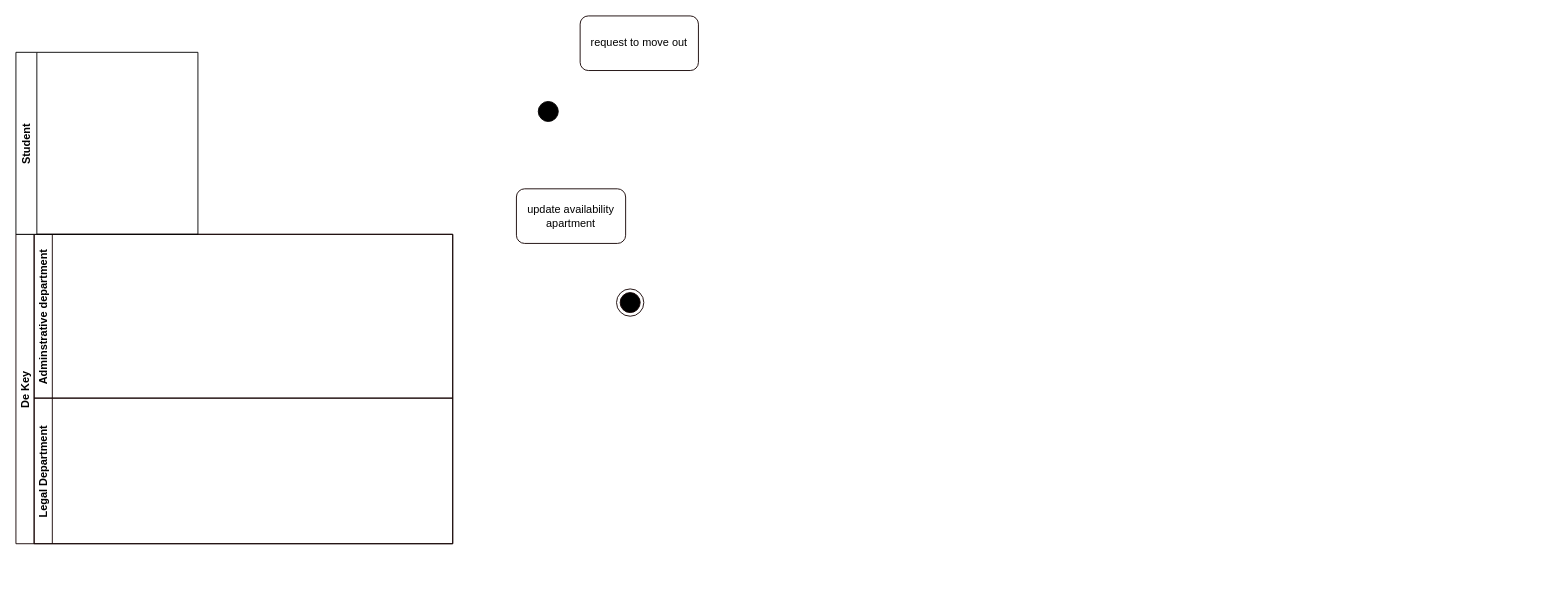
This is activity_diagram_de_key.drawio from Barager/IS-design, a draw.io file, before an edit. Source tidied: cells renumbered, new cells numbered last; positions are measured from the earlier drawing's top-left corner, leaving out a move shared by most shapes. Both pictures are drawn from the tidied source at 91%, with x=0, y=0 at pixel (15, 15).
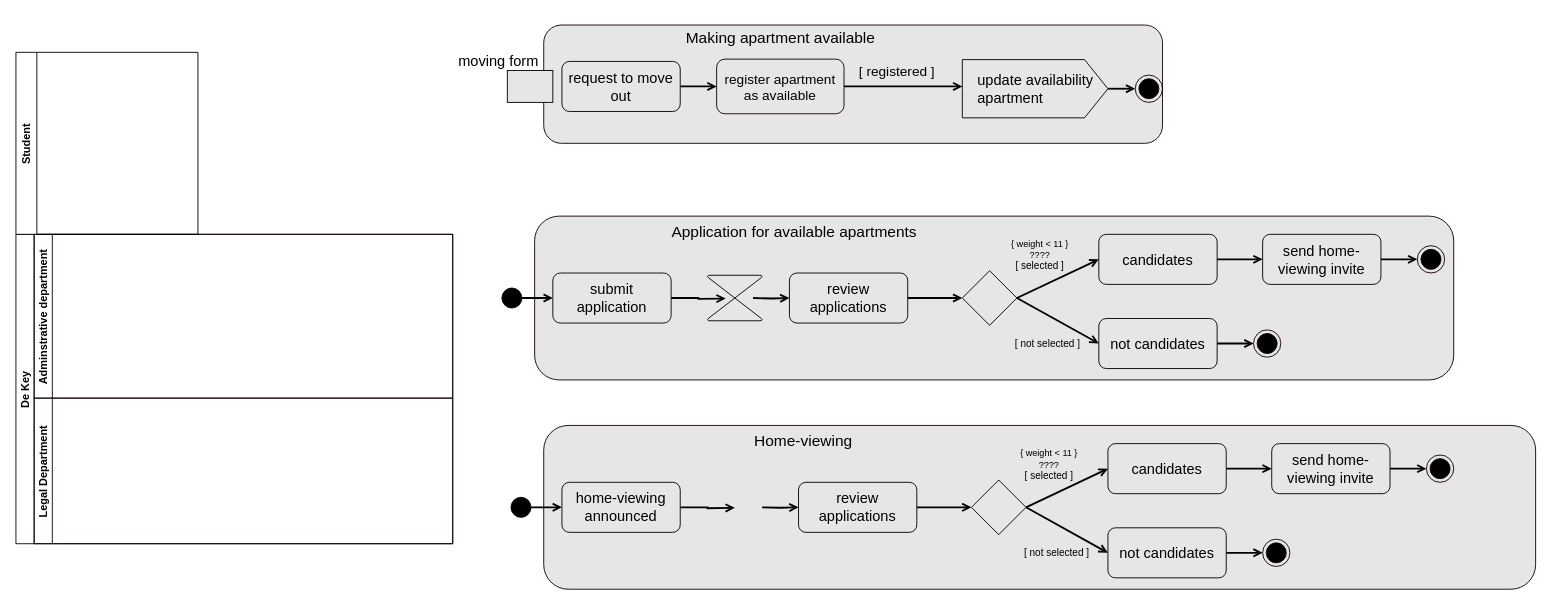
After the change.

Change to the diagram source:
```diff
@@
+    <mxCell id="10" style="rounded=1;whiteSpace=wrap;html=1;strokeColor=#120000;fillColor=#E6E6E6;gradientColor=none;labelBackgroundColor=#E6E6E6;" parent="1" vertex="1">
+      <mxGeometry x="570" y="220" width="1010" height="180" as="geometry" />
+    </mxCell>
+    <mxCell id="11" style="rounded=1;whiteSpace=wrap;html=1;strokeColor=#120000;fillColor=#E6E6E6;gradientColor=none;labelBackgroundColor=#E6E6E6;" parent="1" vertex="1">
+      <mxGeometry x="580" y="10" width="680" height="130" as="geometry" />
+    </mxCell>
+    <mxCell id="12" style="edgeStyle=none;rounded=0;jettySize=auto;html=1;entryX=0;entryY=0.5;entryDx=0;entryDy=0;fontSize=10;endArrow=open;endFill=0;strokeWidth=2;" parent="1" edge="1" target="22">
+      <mxGeometry relative="1" as="geometry">
+        <mxPoint x="550" y="310" as="sourcePoint" />
+      </mxGeometry>
+    </mxCell>
     <mxCell id="2" style="ellipse;html=1;shape=startState;fillColor=#000000;strokeColor=#030000;gradientColor=none;" parent="1" vertex="1">
-      <mxGeometry x="570" y="90" width="30" height="30" as="geometry" />
+      <mxGeometry x="530" y="295" width="30" height="30" as="geometry" />
     </mxCell>
     <mxCell id="3" style="ellipse;html=1;shape=endState;fillColor=#000000;strokeColor=#120000;" parent="1" vertex="1">
-      <mxGeometry x="660" y="300" width="30" height="30" as="geometry" />
+      <mxGeometry x="1230" y="65" width="30" height="30" as="geometry" />
     </mxCell>
-    <mxCell id="4" value="request to move out" style="rounded=1;whiteSpace=wrap;html=1;strokeColor=#120000;fillColor=none;gradientColor=none;" parent="1" vertex="1">
-      <mxGeometry x="620" width="130" height="60" as="geometry" />
-    </mxCell>
-    <mxCell id="5" value="update availability apartment" style="rounded=1;whiteSpace=wrap;html=1;strokeColor=#120000;fillColor=none;gradientColor=none;" parent="1" vertex="1">
-      <mxGeometry x="550" y="190" width="120" height="60" as="geometry" />
-    </mxCell>
@@
+    <mxCell id="13" style="edgeStyle=orthogonalEdgeStyle;rounded=0;jettySize=auto;html=1;exitX=1;exitY=0.5;exitDx=0;exitDy=0;entryX=0;entryY=0.5;entryDx=0;entryDy=0;fontSize=16;endArrow=open;endFill=0;strokeWidth=2;" parent="1" edge="1" source="14">
+      <mxGeometry relative="1" as="geometry">
+        <mxPoint x="1040" y="77.5" as="targetPoint" />
+      </mxGeometry>
+    </mxCell>
+    <mxCell id="14" value="&lt;font style=&quot;font-size: 15px&quot;&gt;register apartment &lt;br&gt;as available&lt;/font&gt;" style="rounded=1;whiteSpace=wrap;html=1;strokeColor=#120000;fillColor=none;gradientColor=none;" parent="1" vertex="1">
+      <mxGeometry x="770" y="47.5" width="140" height="60" as="geometry" />
+    </mxCell>
+    <mxCell id="15" value="Making apartment available" style="text;html=1;align=center;verticalAlign=middle;strokeColor=none;fillColor=none;fontSize=17;fontStyle=0;" parent="1" vertex="1">
+      <mxGeometry x="730" y="10" width="220" height="30" as="geometry" />
+    </mxCell>
+    <mxCell id="16" style="rounded=0;whiteSpace=wrap;html=1;labelBackgroundColor=#E6E6E6;fontSize=16;fillColor=#E6E6E6;" parent="1" vertex="1">
+      <mxGeometry x="540" y="60" width="50" height="35" as="geometry" />
+    </mxCell>
+    <mxCell id="17" style="edgeStyle=orthogonalEdgeStyle;rounded=0;jettySize=auto;html=1;exitX=1;exitY=0.5;exitDx=0;exitDy=0;fontSize=16;strokeWidth=2;endArrow=open;endFill=0;entryX=0;entryY=0.5;entryDx=0;entryDy=0;" parent="1" edge="1" source="4" target="14">
+      <mxGeometry relative="1" as="geometry" />
+    </mxCell>
+    <mxCell id="4" value="&lt;span style=&quot;color: rgb(0, 0, 0); font-family: helvetica; font-size: 16px; font-style: normal; font-weight: 400; letter-spacing: normal; text-align: center; text-indent: 0px; text-transform: none; word-spacing: 0px; display: inline; float: none;&quot;&gt;request to move out&lt;/span&gt;" style="rounded=1;whiteSpace=wrap;html=1;labelBackgroundColor=none;fontSize=16;fillColor=#E6E6E6;" parent="1" vertex="1">
+      <mxGeometry x="600" y="50" width="130" height="55" as="geometry" />
+    </mxCell>
+    <mxCell id="18" style="edgeStyle=orthogonalEdgeStyle;rounded=0;jettySize=auto;html=1;exitX=1;exitY=0.5;exitDx=0;exitDy=0;exitPerimeter=0;entryX=0;entryY=0.5;entryDx=0;entryDy=0;fontSize=16;endArrow=open;endFill=0;strokeWidth=2;" parent="1" edge="1" source="5" target="3">
+      <mxGeometry relative="1" as="geometry" />
+    </mxCell>
+    <mxCell id="5" value="&lt;span&gt;update availability&lt;br&gt;&lt;div style=&quot;text-align: left&quot;&gt;&lt;span&gt;apartment&lt;/span&gt;&lt;/div&gt;&lt;/span&gt;" style="html=1;shadow=0;dashed=0;align=center;verticalAlign=middle;shape=mxgraph.arrows2.arrow;dy=0;dx=25.76;notch=0;labelBackgroundColor=none;fontSize=16;fillColor=#E6E6E6;" parent="1" vertex="1">
+      <mxGeometry x="1040" y="48" width="160" height="64" as="geometry" />
+    </mxCell>
+    <mxCell id="19" value="moving form" style="text;html=1;align=center;verticalAlign=middle;strokeColor=none;fillColor=none;fontSize=16;" parent="1" vertex="1">
+      <mxGeometry x="480" y="40" width="100" height="20" as="geometry" />
+    </mxCell>
+    <mxCell id="20" value="[ registered ]&amp;nbsp;" style="text;html=1;align=center;verticalAlign=middle;strokeColor=none;fillColor=none;fontSize=15;" parent="1" vertex="1">
+      <mxGeometry x="920" y="50" width="100" height="20" as="geometry" />
+    </mxCell>
+    <mxCell id="21" style="edgeStyle=orthogonalEdgeStyle;rounded=0;jettySize=auto;html=1;exitX=1;exitY=0.5;exitDx=0;exitDy=0;fontSize=15;endArrow=open;endFill=0;strokeWidth=2;" parent="1" edge="1" source="22">
+      <mxGeometry relative="1" as="geometry">
+        <mxPoint x="780" y="310.5" as="targetPoint" />
+      </mxGeometry>
+    </mxCell>
+    <mxCell id="22" value="&lt;span style=&quot;color: rgb(0 , 0 , 0) ; font-family: &amp;#34;helvetica&amp;#34; ; font-size: 16px ; font-style: normal ; font-weight: 400 ; letter-spacing: normal ; text-align: center ; text-indent: 0px ; text-transform: none ; word-spacing: 0px ; display: inline ; float: none&quot;&gt;submit application&lt;/span&gt;" style="rounded=1;whiteSpace=wrap;html=1;labelBackgroundColor=none;fontSize=16;fillColor=#E6E6E6;" parent="1" vertex="1">
+      <mxGeometry x="590" y="282.5" width="130" height="55" as="geometry" />
+    </mxCell>
+    <mxCell id="23" style="edgeStyle=orthogonalEdgeStyle;rounded=0;jettySize=auto;html=1;fontSize=15;endArrow=open;endFill=0;strokeWidth=2;entryX=0;entryY=0.5;entryDx=0;entryDy=0;" parent="1" edge="1" target="28">
+      <mxGeometry relative="1" as="geometry">
+        <mxPoint x="810" y="310" as="sourcePoint" />
+      </mxGeometry>
+    </mxCell>
+    <mxCell id="24" style="verticalLabelPosition=bottom;verticalAlign=top;html=1;shape=mxgraph.flowchart.collate;labelBackgroundColor=none;fontSize=15;fillColor=#E6E6E6;" parent="1" vertex="1">
+      <mxGeometry x="760" y="285" width="60" height="50" as="geometry" />
+    </mxCell>
+    <mxCell id="25" style="rounded=0;jettySize=auto;html=1;exitX=1;exitY=0.5;exitDx=0;exitDy=0;entryX=0;entryY=0.5;entryDx=0;entryDy=0;fontSize=15;endArrow=open;endFill=0;strokeWidth=2;" parent="1" edge="1" source="35" target="30">
+      <mxGeometry relative="1" as="geometry" />
+    </mxCell>
+    <mxCell id="26" style="edgeStyle=none;rounded=0;jettySize=auto;html=1;exitX=1;exitY=0.5;exitDx=0;exitDy=0;entryX=0;entryY=0.5;entryDx=0;entryDy=0;fontSize=15;endArrow=open;endFill=0;strokeWidth=2;" parent="1" edge="1" source="35" target="32">
+      <mxGeometry relative="1" as="geometry" />
+    </mxCell>
+    <mxCell id="27" style="edgeStyle=none;rounded=0;jettySize=auto;html=1;exitX=1;exitY=0.5;exitDx=0;exitDy=0;entryX=0;entryY=0.5;entryDx=0;entryDy=0;fontSize=11;endArrow=open;endFill=0;strokeWidth=2;" parent="1" edge="1" source="28" target="35">
+      <mxGeometry relative="1" as="geometry" />
+    </mxCell>
+    <mxCell id="28" value="&lt;span style=&quot;color: rgb(0 , 0 , 0) ; font-family: &amp;#34;helvetica&amp;#34; ; font-size: 16px ; font-style: normal ; font-weight: 400 ; letter-spacing: normal ; text-align: center ; text-indent: 0px ; text-transform: none ; word-spacing: 0px ; display: inline ; float: none&quot;&gt;review applications&lt;/span&gt;" style="rounded=1;whiteSpace=wrap;html=1;labelBackgroundColor=none;fontSize=16;fillColor=#E6E6E6;" parent="1" vertex="1">
+      <mxGeometry x="850" y="282.5" width="130" height="55" as="geometry" />
+    </mxCell>
+    <mxCell id="29" style="edgeStyle=none;rounded=0;jettySize=auto;html=1;exitX=1;exitY=0.5;exitDx=0;exitDy=0;entryX=0;entryY=0.5;entryDx=0;entryDy=0;fontSize=10;endArrow=open;endFill=0;strokeWidth=2;" parent="1" edge="1" source="30" target="37">
+      <mxGeometry relative="1" as="geometry" />
+    </mxCell>
+    <mxCell id="30" value="&lt;span style=&quot;color: rgb(0 , 0 , 0) ; font-family: &amp;#34;helvetica&amp;#34; ; font-size: 16px ; font-style: normal ; font-weight: 400 ; letter-spacing: normal ; text-align: center ; text-indent: 0px ; text-transform: none ; word-spacing: 0px ; display: inline ; float: none&quot;&gt;candidates&lt;/span&gt;" style="rounded=1;whiteSpace=wrap;html=1;labelBackgroundColor=none;fontSize=16;fillColor=#E6E6E6;" parent="1" vertex="1">
+      <mxGeometry x="1190" y="240" width="130" height="55" as="geometry" />
+    </mxCell>
+    <mxCell id="31" style="edgeStyle=none;rounded=0;jettySize=auto;html=1;exitX=1;exitY=0.5;exitDx=0;exitDy=0;entryX=0;entryY=0.5;entryDx=0;entryDy=0;fontSize=17;endArrow=open;endFill=0;strokeWidth=2;" parent="1" edge="1" source="32" target="41">
+      <mxGeometry relative="1" as="geometry" />
+    </mxCell>
+    <mxCell id="32" value="&lt;span style=&quot;color: rgb(0 , 0 , 0) ; font-family: &amp;#34;helvetica&amp;#34; ; font-size: 16px ; font-style: normal ; font-weight: 400 ; letter-spacing: normal ; text-align: center ; text-indent: 0px ; text-transform: none ; word-spacing: 0px ; display: inline ; float: none&quot;&gt;not candidates&lt;/span&gt;" style="rounded=1;whiteSpace=wrap;html=1;labelBackgroundColor=none;fontSize=16;fillColor=#E6E6E6;" parent="1" vertex="1">
+      <mxGeometry x="1190" y="332.5" width="130" height="55" as="geometry" />
+    </mxCell>
+    <mxCell id="33" value="[ not selected&amp;nbsp;]&amp;nbsp;" style="text;html=1;align=center;verticalAlign=middle;strokeColor=none;fillColor=none;fontSize=11;" parent="1" vertex="1">
+      <mxGeometry x="1090" y="350" width="90" height="20" as="geometry" />
+    </mxCell>
+    <mxCell id="34" value="[ selected ]" style="text;html=1;align=center;verticalAlign=middle;strokeColor=none;fillColor=none;fontSize=11;" parent="1" vertex="1">
+      <mxGeometry x="1090" y="265" width="70" height="20" as="geometry" />
+    </mxCell>
+    <mxCell id="35" style="rhombus;whiteSpace=wrap;html=1;labelBackgroundColor=none;fontSize=11;fillColor=#E6E6E6;" parent="1" vertex="1">
+      <mxGeometry x="1040" y="280" width="60" height="60" as="geometry" />
+    </mxCell>
+    <mxCell id="36" style="edgeStyle=none;rounded=0;jettySize=auto;html=1;exitX=1;exitY=0.5;exitDx=0;exitDy=0;fontSize=10;endArrow=open;endFill=0;strokeWidth=2;" parent="1" edge="1" source="37" target="39">
+      <mxGeometry relative="1" as="geometry" />
+    </mxCell>
+    <mxCell id="37" value="&lt;span style=&quot;color: rgb(0 , 0 , 0) ; font-family: &amp;#34;helvetica&amp;#34; ; font-size: 16px ; font-style: normal ; font-weight: 400 ; letter-spacing: normal ; text-align: center ; text-indent: 0px ; text-transform: none ; word-spacing: 0px ; display: inline ; float: none&quot;&gt;send home-viewing invite&lt;/span&gt;" style="rounded=1;whiteSpace=wrap;html=1;labelBackgroundColor=none;fontSize=16;fillColor=#E6E6E6;" parent="1" vertex="1">
+      <mxGeometry x="1370" y="240" width="130" height="55" as="geometry" />
+    </mxCell>
+    <mxCell id="38" value="{ weight &amp;lt; 11 }" style="text;html=1;align=center;verticalAlign=middle;strokeColor=none;fillColor=none;fontSize=10;" parent="1" vertex="1">
+      <mxGeometry x="1085" y="240" width="80" height="20" as="geometry" />
+    </mxCell>
+    <mxCell id="39" style="ellipse;html=1;shape=endState;fillColor=#000000;strokeColor=#120000;" parent="1" vertex="1">
+      <mxGeometry x="1540" y="252.5" width="30" height="30" as="geometry" />
+    </mxCell>
+    <mxCell id="40" value="????" style="text;html=1;align=center;verticalAlign=middle;strokeColor=none;fillColor=none;fontSize=10;" parent="1" vertex="1">
+      <mxGeometry x="1105" y="252.5" width="40" height="20" as="geometry" />
+    </mxCell>
+    <mxCell id="41" style="ellipse;html=1;shape=endState;fillColor=#000000;strokeColor=#120000;" parent="1" vertex="1">
+      <mxGeometry x="1360" y="345" width="30" height="30" as="geometry" />
+    </mxCell>
+    <mxCell id="42" value="Application for available apartments" style="text;html=1;align=center;verticalAlign=middle;strokeColor=none;fillColor=none;fontSize=17;" parent="1" vertex="1">
+      <mxGeometry x="710" y="222.5" width="290" height="30" as="geometry" />
+    </mxCell>
+    <mxCell id="43" style="rounded=1;whiteSpace=wrap;html=1;strokeColor=#120000;fillColor=#E6E6E6;gradientColor=none;labelBackgroundColor=#E6E6E6;" parent="1" vertex="1">
+      <mxGeometry x="580" y="450" width="1090" height="180" as="geometry" />
+    </mxCell>
+    <mxCell id="44" style="edgeStyle=none;rounded=0;jettySize=auto;html=1;entryX=0;entryY=0.5;entryDx=0;entryDy=0;fontSize=10;endArrow=open;endFill=0;strokeWidth=2;" parent="1" edge="1" target="47">
+      <mxGeometry relative="1" as="geometry">
+        <mxPoint x="560" y="540" as="sourcePoint" />
+      </mxGeometry>
+    </mxCell>
+    <mxCell id="45" style="ellipse;html=1;shape=startState;fillColor=#000000;strokeColor=#030000;gradientColor=none;" parent="1" vertex="1">
+      <mxGeometry x="540" y="525" width="30" height="30" as="geometry" />
+    </mxCell>
+    <mxCell id="46" style="edgeStyle=orthogonalEdgeStyle;rounded=0;jettySize=auto;html=1;exitX=1;exitY=0.5;exitDx=0;exitDy=0;fontSize=15;endArrow=open;endFill=0;strokeWidth=2;" parent="1" edge="1" source="47">
+      <mxGeometry relative="1" as="geometry">
+        <mxPoint x="790" y="540.5" as="targetPoint" />
+      </mxGeometry>
+    </mxCell>
+    <mxCell id="47" value="&lt;span style=&quot;color: rgb(0 , 0 , 0) ; font-family: &amp;#34;helvetica&amp;#34; ; font-size: 16px ; font-style: normal ; font-weight: 400 ; letter-spacing: normal ; text-align: center ; text-indent: 0px ; text-transform: none ; word-spacing: 0px ; display: inline ; float: none&quot;&gt;home-viewing&lt;br&gt;announced&lt;br&gt;&lt;/span&gt;" style="rounded=1;whiteSpace=wrap;html=1;labelBackgroundColor=none;fontSize=16;fillColor=#E6E6E6;" parent="1" vertex="1">
+      <mxGeometry x="600" y="512.5" width="130" height="55" as="geometry" />
+    </mxCell>
+    <mxCell id="48" style="edgeStyle=orthogonalEdgeStyle;rounded=0;jettySize=auto;html=1;fontSize=15;endArrow=open;endFill=0;strokeWidth=2;entryX=0;entryY=0.5;entryDx=0;entryDy=0;" parent="1" edge="1" target="52">
+      <mxGeometry relative="1" as="geometry">
+        <mxPoint x="820" y="540" as="sourcePoint" />
+      </mxGeometry>
+    </mxCell>
+    <mxCell id="49" style="rounded=0;jettySize=auto;html=1;exitX=1;exitY=0.5;exitDx=0;exitDy=0;entryX=0;entryY=0.5;entryDx=0;entryDy=0;fontSize=15;endArrow=open;endFill=0;strokeWidth=2;" parent="1" edge="1" source="59" target="54">
+      <mxGeometry relative="1" as="geometry" />
+    </mxCell>
+    <mxCell id="50" style="edgeStyle=none;rounded=0;jettySize=auto;html=1;exitX=1;exitY=0.5;exitDx=0;exitDy=0;entryX=0;entryY=0.5;entryDx=0;entryDy=0;fontSize=15;endArrow=open;endFill=0;strokeWidth=2;" parent="1" edge="1" source="59" target="56">
+      <mxGeometry relative="1" as="geometry" />
+    </mxCell>
+    <mxCell id="51" style="edgeStyle=none;rounded=0;jettySize=auto;html=1;exitX=1;exitY=0.5;exitDx=0;exitDy=0;entryX=0;entryY=0.5;entryDx=0;entryDy=0;fontSize=11;endArrow=open;endFill=0;strokeWidth=2;" parent="1" edge="1" source="52" target="59">
+      <mxGeometry relative="1" as="geometry" />
+    </mxCell>
+    <mxCell id="52" value="&lt;span style=&quot;color: rgb(0 , 0 , 0) ; font-family: &amp;#34;helvetica&amp;#34; ; font-size: 16px ; font-style: normal ; font-weight: 400 ; letter-spacing: normal ; text-align: center ; text-indent: 0px ; text-transform: none ; word-spacing: 0px ; display: inline ; float: none&quot;&gt;review applications&lt;/span&gt;" style="rounded=1;whiteSpace=wrap;html=1;labelBackgroundColor=none;fontSize=16;fillColor=#E6E6E6;" parent="1" vertex="1">
+      <mxGeometry x="860" y="512.5" width="130" height="55" as="geometry" />
+    </mxCell>
+    <mxCell id="53" style="edgeStyle=none;rounded=0;jettySize=auto;html=1;exitX=1;exitY=0.5;exitDx=0;exitDy=0;entryX=0;entryY=0.5;entryDx=0;entryDy=0;fontSize=10;endArrow=open;endFill=0;strokeWidth=2;" parent="1" edge="1" source="54" target="61">
+      <mxGeometry relative="1" as="geometry" />
+    </mxCell>
+    <mxCell id="54" value="&lt;span style=&quot;color: rgb(0 , 0 , 0) ; font-family: &amp;#34;helvetica&amp;#34; ; font-size: 16px ; font-style: normal ; font-weight: 400 ; letter-spacing: normal ; text-align: center ; text-indent: 0px ; text-transform: none ; word-spacing: 0px ; display: inline ; float: none&quot;&gt;candidates&lt;/span&gt;" style="rounded=1;whiteSpace=wrap;html=1;labelBackgroundColor=none;fontSize=16;fillColor=#E6E6E6;" parent="1" vertex="1">
+      <mxGeometry x="1200" y="470" width="130" height="55" as="geometry" />
+    </mxCell>
+    <mxCell id="55" style="edgeStyle=none;rounded=0;jettySize=auto;html=1;exitX=1;exitY=0.5;exitDx=0;exitDy=0;entryX=0;entryY=0.5;entryDx=0;entryDy=0;fontSize=17;endArrow=open;endFill=0;strokeWidth=2;" parent="1" edge="1" source="56" target="65">
+      <mxGeometry relative="1" as="geometry" />
+    </mxCell>
+    <mxCell id="56" value="&lt;span style=&quot;color: rgb(0 , 0 , 0) ; font-family: &amp;#34;helvetica&amp;#34; ; font-size: 16px ; font-style: normal ; font-weight: 400 ; letter-spacing: normal ; text-align: center ; text-indent: 0px ; text-transform: none ; word-spacing: 0px ; display: inline ; float: none&quot;&gt;not candidates&lt;/span&gt;" style="rounded=1;whiteSpace=wrap;html=1;labelBackgroundColor=none;fontSize=16;fillColor=#E6E6E6;" parent="1" vertex="1">
+      <mxGeometry x="1200" y="562.5" width="130" height="55" as="geometry" />
+    </mxCell>
+    <mxCell id="57" value="[ not selected&amp;nbsp;]&amp;nbsp;" style="text;html=1;align=center;verticalAlign=middle;strokeColor=none;fillColor=none;fontSize=11;" parent="1" vertex="1">
+      <mxGeometry x="1100" y="580" width="90" height="20" as="geometry" />
+    </mxCell>
+    <mxCell id="58" value="[ selected ]" style="text;html=1;align=center;verticalAlign=middle;strokeColor=none;fillColor=none;fontSize=11;" parent="1" vertex="1">
+      <mxGeometry x="1100" y="495" width="70" height="20" as="geometry" />
+    </mxCell>
+    <mxCell id="59" style="rhombus;whiteSpace=wrap;html=1;labelBackgroundColor=none;fontSize=11;fillColor=#E6E6E6;" parent="1" vertex="1">
+      <mxGeometry x="1050" y="510" width="60" height="60" as="geometry" />
+    </mxCell>
+    <mxCell id="60" style="edgeStyle=none;rounded=0;jettySize=auto;html=1;exitX=1;exitY=0.5;exitDx=0;exitDy=0;fontSize=10;endArrow=open;endFill=0;strokeWidth=2;" parent="1" edge="1" source="61" target="63">
+      <mxGeometry relative="1" as="geometry" />
+    </mxCell>
+    <mxCell id="61" value="&lt;span style=&quot;color: rgb(0 , 0 , 0) ; font-family: &amp;#34;helvetica&amp;#34; ; font-size: 16px ; font-style: normal ; font-weight: 400 ; letter-spacing: normal ; text-align: center ; text-indent: 0px ; text-transform: none ; word-spacing: 0px ; display: inline ; float: none&quot;&gt;send home-viewing invite&lt;/span&gt;" style="rounded=1;whiteSpace=wrap;html=1;labelBackgroundColor=none;fontSize=16;fillColor=#E6E6E6;" parent="1" vertex="1">
+      <mxGeometry x="1380" y="470" width="130" height="55" as="geometry" />
+    </mxCell>
+    <mxCell id="62" value="{ weight &amp;lt; 11 }" style="text;html=1;align=center;verticalAlign=middle;strokeColor=none;fillColor=none;fontSize=10;" parent="1" vertex="1">
+      <mxGeometry x="1095" y="470" width="80" height="20" as="geometry" />
+    </mxCell>
+    <mxCell id="63" style="ellipse;html=1;shape=endState;fillColor=#000000;strokeColor=#120000;" parent="1" vertex="1">
+      <mxGeometry x="1550" y="482.5" width="30" height="30" as="geometry" />
+    </mxCell>
+    <mxCell id="64" value="????" style="text;html=1;align=center;verticalAlign=middle;strokeColor=none;fillColor=none;fontSize=10;" parent="1" vertex="1">
+      <mxGeometry x="1115" y="482.5" width="40" height="20" as="geometry" />
+    </mxCell>
+    <mxCell id="65" style="ellipse;html=1;shape=endState;fillColor=#000000;strokeColor=#120000;" parent="1" vertex="1">
+      <mxGeometry x="1370" y="575" width="30" height="30" as="geometry" />
+    </mxCell>
+    <mxCell id="66" value="Home-viewing" style="text;html=1;align=center;verticalAlign=middle;strokeColor=none;fillColor=none;fontSize=17;" parent="1" vertex="1">
+      <mxGeometry x="805" y="452.5" width="120" height="30" as="geometry" />
+    </mxCell>
```
